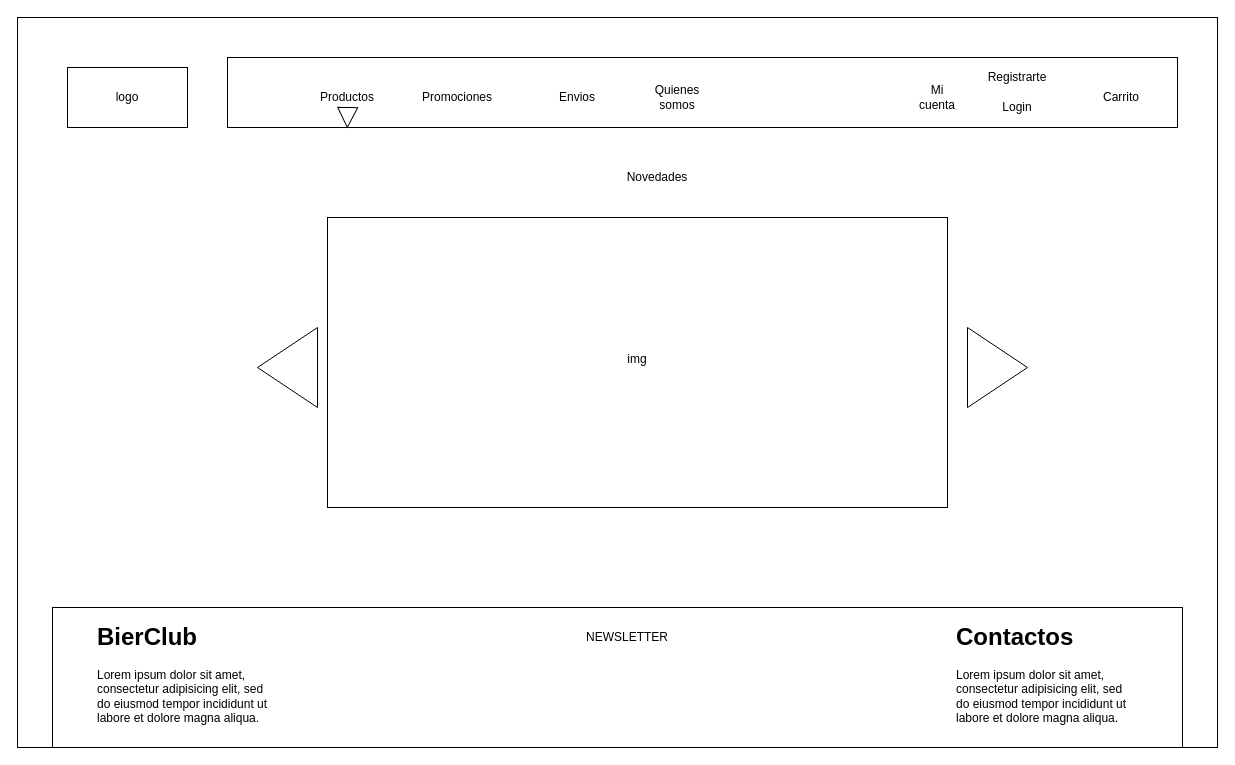
Above: page "Page-1" (1 of 3) of Bocetos/Bocetos-de-Home/Home-1200.drawio in Evaristodantur/BierClub (draw.io), before the change. Source tidied: cells renumbered, new cells numbered last; positions are measured from the earlier drawing's top-left corner, leaving out a move shared by most shapes. Both pictures are drawn from the tidied source at 100%, with x=0, y=0 at pixel (17, 17).
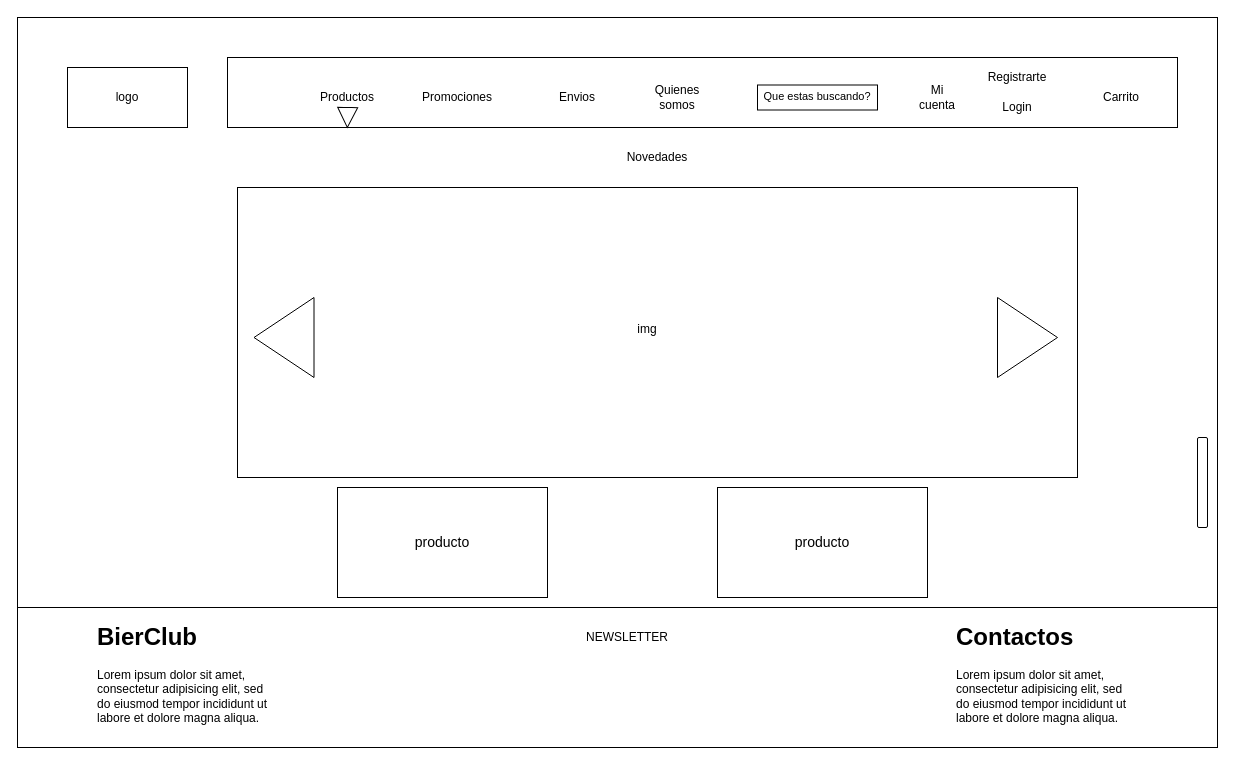
The same page after the edit.

The edit, as a diff of the source:
```diff
@@
     <mxCell id="13" value="Novedades" style="text;html=1;strokeColor=none;fillColor=none;align=center;verticalAlign=middle;whiteSpace=wrap;rounded=0;" parent="1" vertex="1">
-      <mxGeometry x="620" y="150" width="40" height="20" as="geometry" />
+      <mxGeometry x="620" y="130" width="40" height="20" as="geometry" />
     </mxCell>
     <mxCell id="14" style="rounded=0;whiteSpace=wrap;html=1;" parent="1" vertex="1">
-      <mxGeometry x="310" y="200" width="620" height="290" as="geometry" />
+      <mxGeometry x="220" y="170" width="840" height="290" as="geometry" />
     </mxCell>
     <mxCell id="15" value="img" style="text;html=1;strokeColor=none;fillColor=none;align=center;verticalAlign=middle;whiteSpace=wrap;rounded=0;" parent="1" vertex="1">
-      <mxGeometry x="600" y="332" width="40" height="20" as="geometry" />
+      <mxGeometry x="610" y="302" width="40" height="20" as="geometry" />
     </mxCell>
     <mxCell id="16" style="rounded=0;whiteSpace=wrap;html=1;" parent="1" vertex="1">
-      <mxGeometry x="35" y="590" width="1130" height="140" as="geometry" />
+      <mxGeometry y="590" width="1200" height="140" as="geometry" />
     </mxCell>
@@
     <mxCell id="21" style="triangle;whiteSpace=wrap;html=1;" parent="1" vertex="1">
-      <mxGeometry x="950" y="310" width="60" height="80" as="geometry" />
+      <mxGeometry x="980" y="280" width="60" height="80" as="geometry" />
     </mxCell>
     <mxCell id="22" style="triangle;whiteSpace=wrap;html=1;rotation=-180;" parent="1" vertex="1">
-      <mxGeometry x="240" y="310" width="60" height="80" as="geometry" />
+      <mxGeometry x="236.5" y="280" width="60" height="80" as="geometry" />
     </mxCell>
@@
+    <mxCell id="24" style="rounded=0;whiteSpace=wrap;html=1;fontSize=14;" parent="1" vertex="1">
+      <mxGeometry x="320" y="470" width="210" height="110" as="geometry" />
+    </mxCell>
+    <mxCell id="25" value="producto" style="text;html=1;strokeColor=none;fillColor=none;align=center;verticalAlign=middle;whiteSpace=wrap;rounded=0;fontSize=14;" parent="1" vertex="1">
+      <mxGeometry x="405" y="515" width="40" height="20" as="geometry" />
+    </mxCell>
+    <mxCell id="26" style="rounded=0;whiteSpace=wrap;html=1;fontSize=14;" parent="1" vertex="1">
+      <mxGeometry x="700" y="470" width="210" height="110" as="geometry" />
+    </mxCell>
+    <mxCell id="27" value="producto" style="text;html=1;strokeColor=none;fillColor=none;align=center;verticalAlign=middle;whiteSpace=wrap;rounded=0;fontSize=14;" parent="1" vertex="1">
+      <mxGeometry x="785" y="515" width="40" height="20" as="geometry" />
+    </mxCell>
+    <mxCell id="28" style="rounded=0;whiteSpace=wrap;html=1;fontSize=14;" parent="1" vertex="1">
+      <mxGeometry x="740" y="67.5" width="120" height="25" as="geometry" />
+    </mxCell>
+    <mxCell id="29" value="&lt;font style=&quot;font-size: 11px&quot;&gt;Que estas buscando?&lt;/font&gt;" style="text;html=1;strokeColor=none;fillColor=none;align=center;verticalAlign=middle;whiteSpace=wrap;rounded=0;fontSize=14;" parent="1" vertex="1">
+      <mxGeometry x="720" y="67.5" width="160" height="20" as="geometry" />
+    </mxCell>
+    <mxCell id="30" style="rounded=1;whiteSpace=wrap;html=1;rotation=90;" parent="1" vertex="1">
+      <mxGeometry x="1140" y="460" width="90" height="10" as="geometry" />
+    </mxCell>
```
